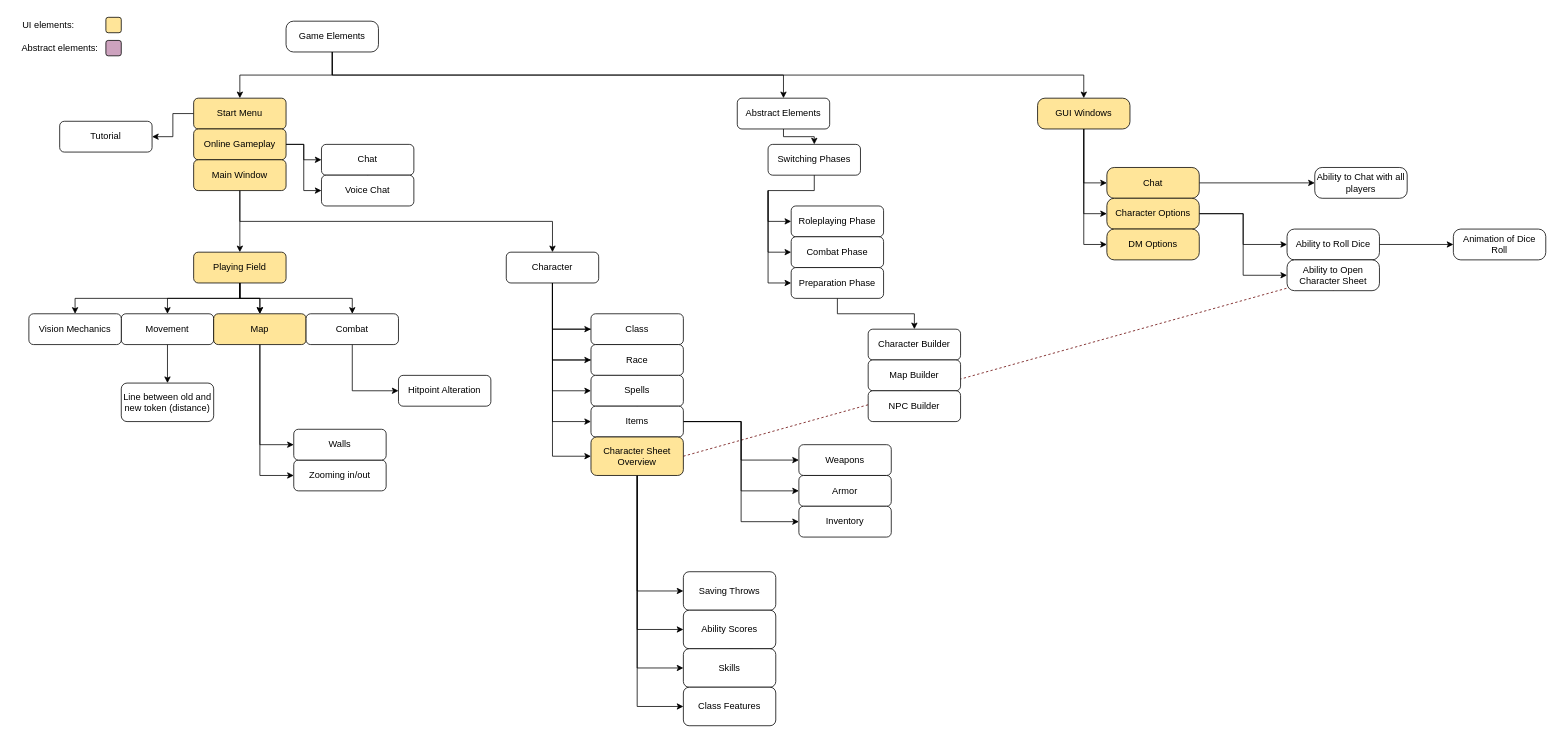
Nemijt03/Dnd-Simulator keeps this draw.io diagram as Dependency graph.drawio. Above is the earlier version. Source tidied: cells renumbered, new cells numbered last; positions are measured from the earlier drawing's top-left corner, leaving out a move shared by most shapes. Both pictures are drawn from the tidied source at 77%, with x=0, y=0 at pixel (13, 13).
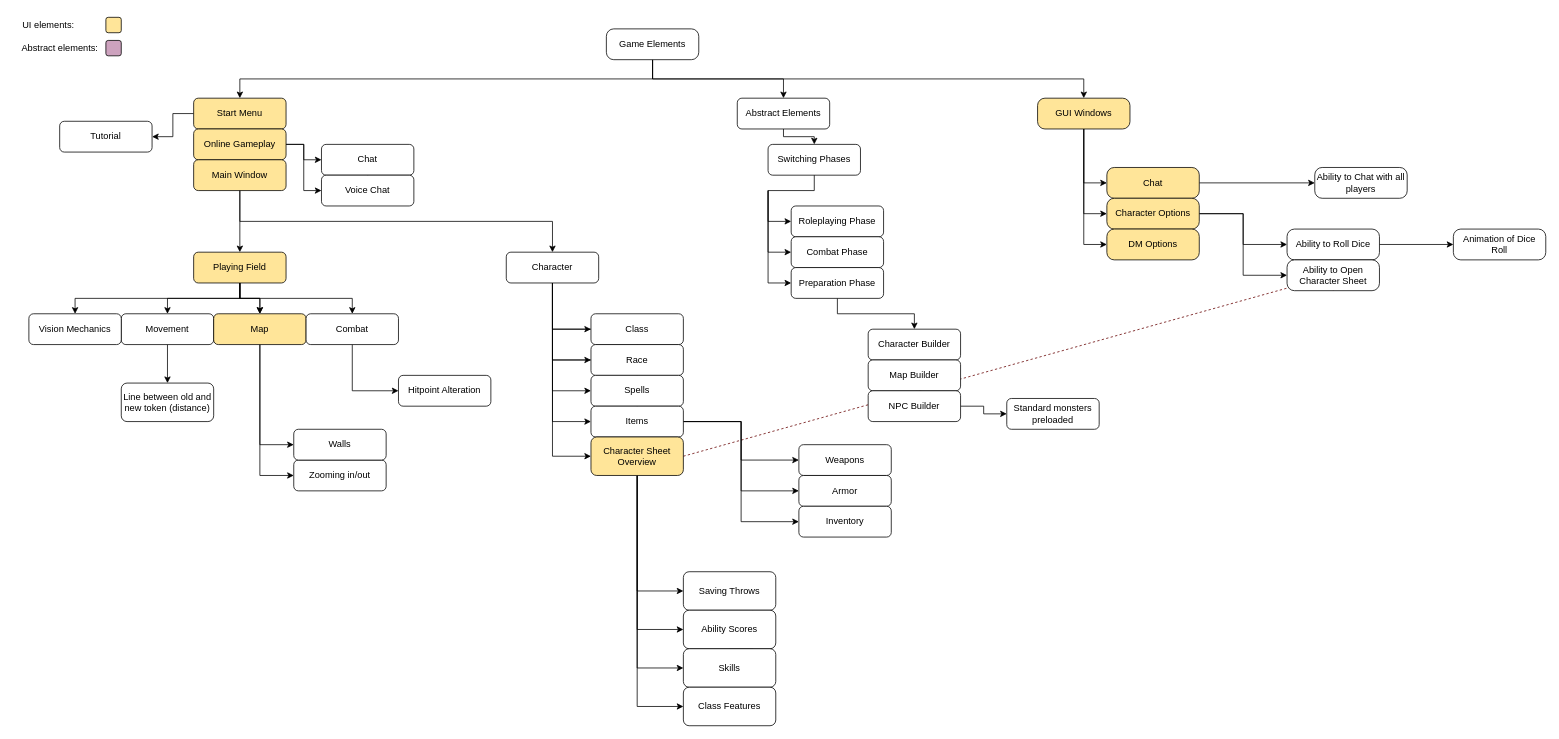
After the change.

The change refers to these unchanged cells:
```xml
<mxCell id="8" value="Start Menu" style="rounded=1;whiteSpace=wrap;html=1;fillColor=#FFE599;" parent="1" vertex="1">
  <mxGeometry x="234" y="110" width="120" height="40" as="geometry" />
</mxCell>
<mxCell id="91" value="NPC Builder" style="rounded=1;whiteSpace=wrap;html=1;" parent="1" vertex="1">
  <mxGeometry x="1110" y="490" width="120" height="40" as="geometry" />
</mxCell>
```

The edit, as a diff of the source:
```diff
@@
-    <mxCell id="3" style="edgeStyle=orthogonalEdgeStyle;rounded=0;jettySize=auto;html=1;entryX=0.5;entryY=0;entryDx=0;entryDy=0;" parent="1" edge="1" source="6" target="8">
+    <mxCell id="3" style="edgeStyle=orthogonalEdgeStyle;rounded=0;jettySize=auto;html=1;entryX=0.5;entryY=0;entryDx=0;entryDy=0;exitX=0.5;exitY=1;exitDx=0;exitDy=0;" parent="1" edge="1" source="6" target="8">
       <mxGeometry relative="1" as="geometry" />
     </mxCell>
@@
     <mxCell id="6" value="Game Elements" style="rounded=1;whiteSpace=wrap;html=1;arcSize=24;" parent="1" vertex="1">
-      <mxGeometry x="354" y="10" width="120" height="40" as="geometry" />
+      <mxGeometry x="770" y="20" width="120" height="40" as="geometry" />
     </mxCell>
@@
+    <mxCell id="98" style="edgeStyle=orthogonalEdgeStyle;rounded=0;jettySize=auto;html=1;" parent="1" edge="1" source="91" target="99">
+      <mxGeometry relative="1" as="geometry" />
+    </mxCell>
@@
+    <mxCell id="99" value="Standard monsters&lt;br&gt;preloaded" style="rounded=1;whiteSpace=wrap;html=1;fillColor=#FFFFFF;" parent="1" vertex="1">
+      <mxGeometry x="1290" y="500" width="120" height="40" as="geometry" />
+    </mxCell>
```
